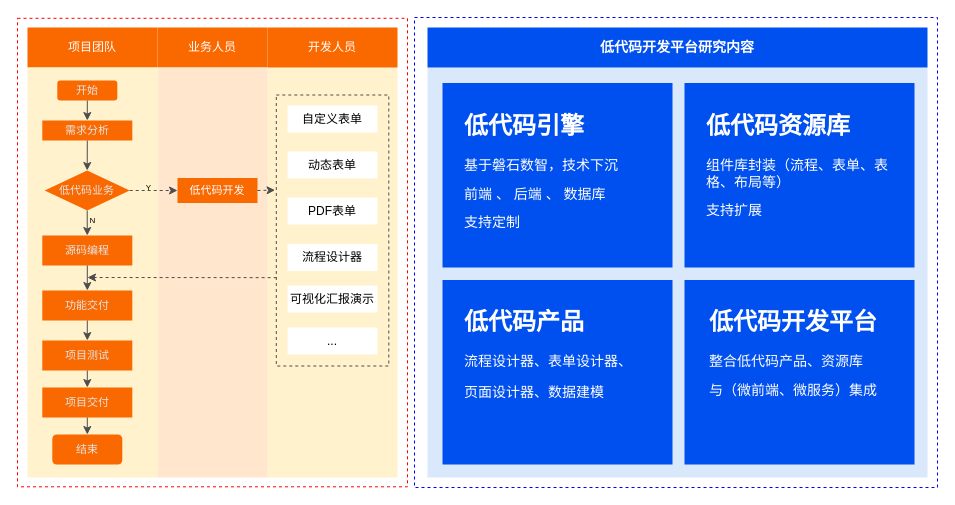
Before: 低代码—研究内容——新版.drawio in tangyaosimida/love, a draw.io diagram. Source tidied: cells renumbered, new cells numbered last; positions are measured from the earlier drawing's top-left corner, leaving out a move shared by most shapes. Both pictures are drawn from the tidied source at 100%, with x=0, y=0 at pixel (17, 17).
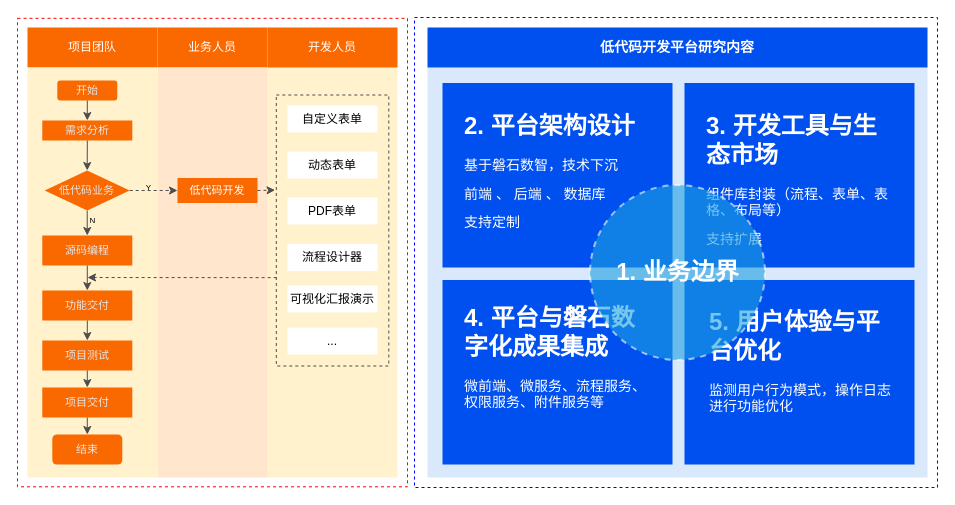
The same page after the edit.

Commit message:
更新低代码—研究内容——新版.drawio

What changed in the source:
```diff
@@
-    <mxCell id="44" value="&lt;h1 style=&quot;margin-top: 0px;&quot;&gt;&lt;font color=&quot;#ffffff&quot;&gt;低代码引擎&lt;/font&gt;&lt;/h1&gt;&lt;p&gt;&lt;font style=&quot;font-size: 14px;&quot; color=&quot;#ffffff&quot;&gt;基于磐石数智，技术下沉&lt;/font&gt;&lt;span style=&quot;font-size: 14px; color: rgb(255, 255, 255); background-color: initial;&quot;&gt;&amp;nbsp;&lt;/span&gt;&lt;/p&gt;&lt;p&gt;&lt;span style=&quot;font-size: 14px; color: rgb(255, 255, 255); background-color: initial;&quot;&gt;前端 、 后端 、 数据库&amp;nbsp;&lt;/span&gt;&lt;/p&gt;&lt;p&gt;&lt;span style=&quot;font-size: 14px; color: rgb(255, 255, 255); background-color: initial;&quot;&gt;支持定制&lt;/span&gt;&lt;/p&gt;" style="text;html=1;whiteSpace=wrap;overflow=hidden;rounded=0;shadow=1;" parent="1" vertex="1">
+    <mxCell id="44" value="&lt;h1 style=&quot;margin-top: 0px;&quot;&gt;&lt;font color=&quot;#ffffff&quot;&gt;2. 平台架构设计&lt;/font&gt;&lt;/h1&gt;&lt;p&gt;&lt;font style=&quot;font-size: 14px;&quot; color=&quot;#ffffff&quot;&gt;基于磐石数智，技术下沉&lt;/font&gt;&lt;span style=&quot;font-size: 14px; color: rgb(255, 255, 255); background-color: initial;&quot;&gt;&amp;nbsp;&lt;/span&gt;&lt;/p&gt;&lt;p&gt;&lt;span style=&quot;font-size: 14px; color: rgb(255, 255, 255); background-color: initial;&quot;&gt;前端 、 后端 、 数据库&amp;nbsp;&lt;/span&gt;&lt;/p&gt;&lt;p&gt;&lt;span style=&quot;font-size: 14px; color: rgb(255, 255, 255); background-color: initial;&quot;&gt;支持定制&lt;/span&gt;&lt;/p&gt;" style="text;html=1;whiteSpace=wrap;overflow=hidden;rounded=0;shadow=1;" parent="1" vertex="1">
       <mxGeometry x="445" y="88" width="190" height="142" as="geometry" />
     </mxCell>
-    <mxCell id="45" value="&lt;h1 style=&quot;margin-top: 0px;&quot;&gt;&lt;font color=&quot;#ffffff&quot;&gt;低代码产品&lt;/font&gt;&lt;/h1&gt;&lt;p style=&quot;font-size: 14px;&quot;&gt;&lt;font color=&quot;#ffffff&quot;&gt;流程设计器、表单&lt;/font&gt;&lt;span style=&quot;color: rgb(255, 255, 255); background-color: initial;&quot;&gt;设计器、&lt;/span&gt;&lt;/p&gt;&lt;p style=&quot;font-size: 14px;&quot;&gt;&lt;font color=&quot;#ffffff&quot;&gt;页面设计器、&lt;/font&gt;&lt;span style=&quot;color: rgb(255, 255, 255); background-color: initial;&quot;&gt;数据建模&lt;/span&gt;&lt;/p&gt;" style="text;html=1;whiteSpace=wrap;overflow=hidden;rounded=0;" parent="1" vertex="1">
-      <mxGeometry x="445" y="283.8" width="190" height="142" as="geometry" />
+    <mxCell id="45" value="&lt;h1 style=&quot;margin-top: 0px;&quot;&gt;&lt;font color=&quot;#ffffff&quot;&gt;4.&amp;nbsp;平台与磐石数字化成果集成&lt;/font&gt;&lt;/h1&gt;&lt;p style=&quot;font-size: 14px;&quot;&gt;&lt;font color=&quot;#ffffff&quot;&gt;微前端、微服务、流程服务、权限服务、附件服务等&lt;/font&gt;&lt;/p&gt;" style="text;html=1;whiteSpace=wrap;overflow=hidden;rounded=0;" parent="1" vertex="1">
+      <mxGeometry x="445" y="280" width="190" height="145.8" as="geometry" />
     </mxCell>
-    <mxCell id="46" value="&lt;h1 style=&quot;margin-top: 0px;&quot;&gt;&lt;font color=&quot;#ffffff&quot;&gt;低代码资源库&lt;/font&gt;&lt;/h1&gt;&lt;p&gt;&lt;font color=&quot;#ffffff&quot;&gt;&lt;span style=&quot;font-size: 14px;&quot;&gt;组件库封装（流程、表单、表格、布局等）&lt;/span&gt;&lt;/font&gt;&lt;/p&gt;&lt;p&gt;&lt;font color=&quot;#ffffff&quot;&gt;&lt;span style=&quot;font-size: 14px;&quot;&gt;支持扩展&lt;/span&gt;&lt;/font&gt;&lt;/p&gt;" style="text;html=1;whiteSpace=wrap;overflow=hidden;rounded=0;" parent="1" vertex="1">
+    <mxCell id="46" value="&lt;h1 style=&quot;margin-top: 0px;&quot;&gt;&lt;font color=&quot;#ffffff&quot;&gt;3. 开发工具与生态市场&lt;/font&gt;&lt;/h1&gt;&lt;p&gt;&lt;font color=&quot;#ffffff&quot;&gt;&lt;span style=&quot;font-size: 14px;&quot;&gt;组件库封装（流程、表单、表格、布局等）&lt;/span&gt;&lt;/font&gt;&lt;/p&gt;&lt;p&gt;&lt;font color=&quot;#ffffff&quot;&gt;&lt;span style=&quot;font-size: 14px;&quot;&gt;支持扩展&lt;/span&gt;&lt;/font&gt;&lt;/p&gt;" style="text;html=1;whiteSpace=wrap;overflow=hidden;rounded=0;" parent="1" vertex="1">
       <mxGeometry x="687" y="88" width="190" height="142" as="geometry" />
     </mxCell>
-    <mxCell id="47" value="&lt;h1 style=&quot;margin-top: 0px;&quot;&gt;&lt;font color=&quot;#ffffff&quot;&gt;低代码开发平台&lt;/font&gt;&lt;/h1&gt;&lt;p&gt;&lt;font color=&quot;#ffffff&quot;&gt;&lt;span style=&quot;font-size: 14px;&quot;&gt;整合低代码产品、资源库&lt;/span&gt;&lt;/font&gt;&lt;/p&gt;&lt;p&gt;&lt;span style=&quot;font-size: 14px; color: rgb(255, 255, 255); background-color: initial;&quot;&gt;与（微前端、微服务）集成&lt;/span&gt;&lt;/p&gt;" style="text;html=1;whiteSpace=wrap;overflow=hidden;rounded=0;" parent="1" vertex="1">
+    <mxCell id="47" value="&lt;h1 style=&quot;margin-top: 0px;&quot;&gt;&lt;font color=&quot;#ffffff&quot;&gt;5. 用户体验与平台优化&lt;/font&gt;&lt;/h1&gt;&lt;p&gt;&lt;font color=&quot;#ffffff&quot;&gt;&lt;span style=&quot;font-size: 14px;&quot;&gt;监测用户行为模式，操作日志进行功能优化&lt;/span&gt;&lt;/font&gt;&lt;/p&gt;" style="text;html=1;whiteSpace=wrap;overflow=hidden;rounded=0;" parent="1" vertex="1">
       <mxGeometry x="690" y="283.8" width="190" height="142" as="geometry" />
     </mxCell>
+    <mxCell id="48" value="&lt;font style=&quot;font-size: 24px;&quot;&gt;&lt;b style=&quot;&quot;&gt;1. 业务边界&lt;/b&gt;&lt;/font&gt;" style="ellipse;whiteSpace=wrap;html=1;fillColor=#1ba1e2;strokeColor=#FFFFFF;dashed=1;opacity=60;fontColor=#ffffff;strokeWidth=2;" parent="1" vertex="1">
+      <mxGeometry x="572.6" y="167.6" width="174.8" height="174.8" as="geometry" />
+    </mxCell>
```
